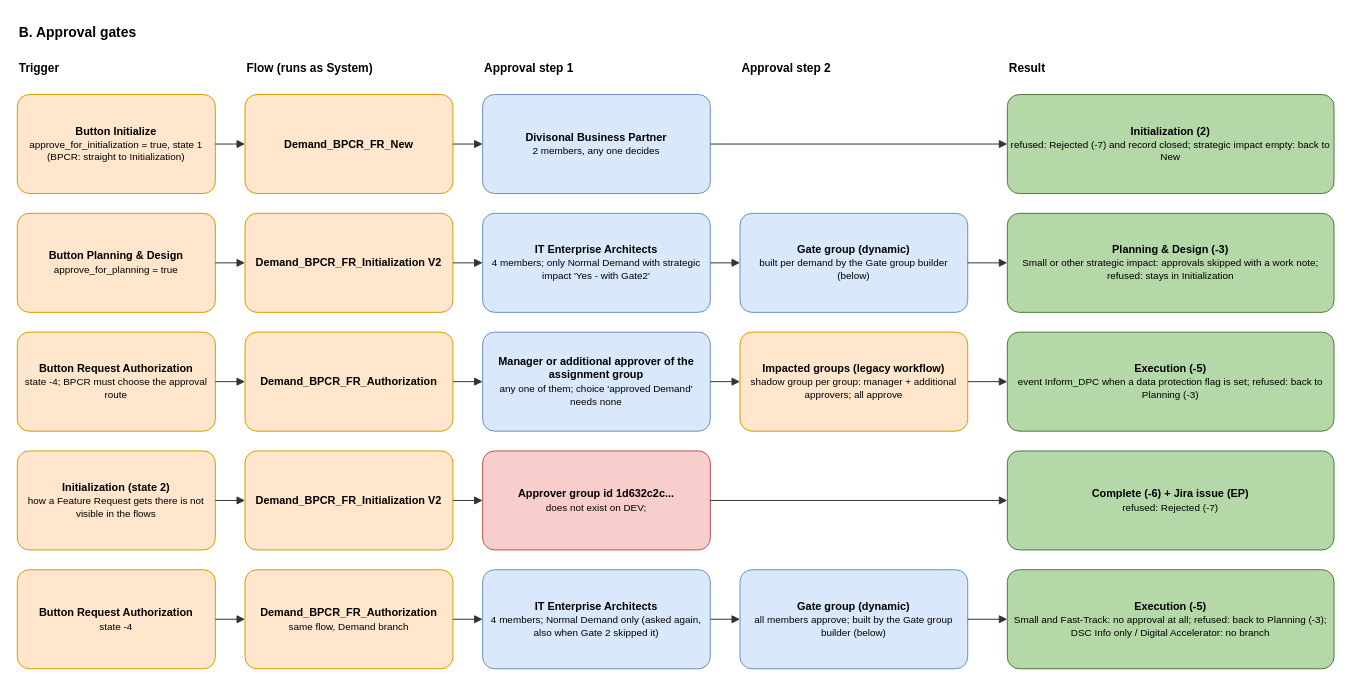
The draw.io diagram page "gates" (6 of 7) of SarDm.drawio in algimas/tmp, before the edit. Source tidied: cells renumbered, new cells numbered last; positions are measured from the earlier drawing's top-left corner, leaving out a move shared by most shapes. Both pictures are drawn from the tidied source at 99%, with x=0, y=0 at pixel (17, 17).
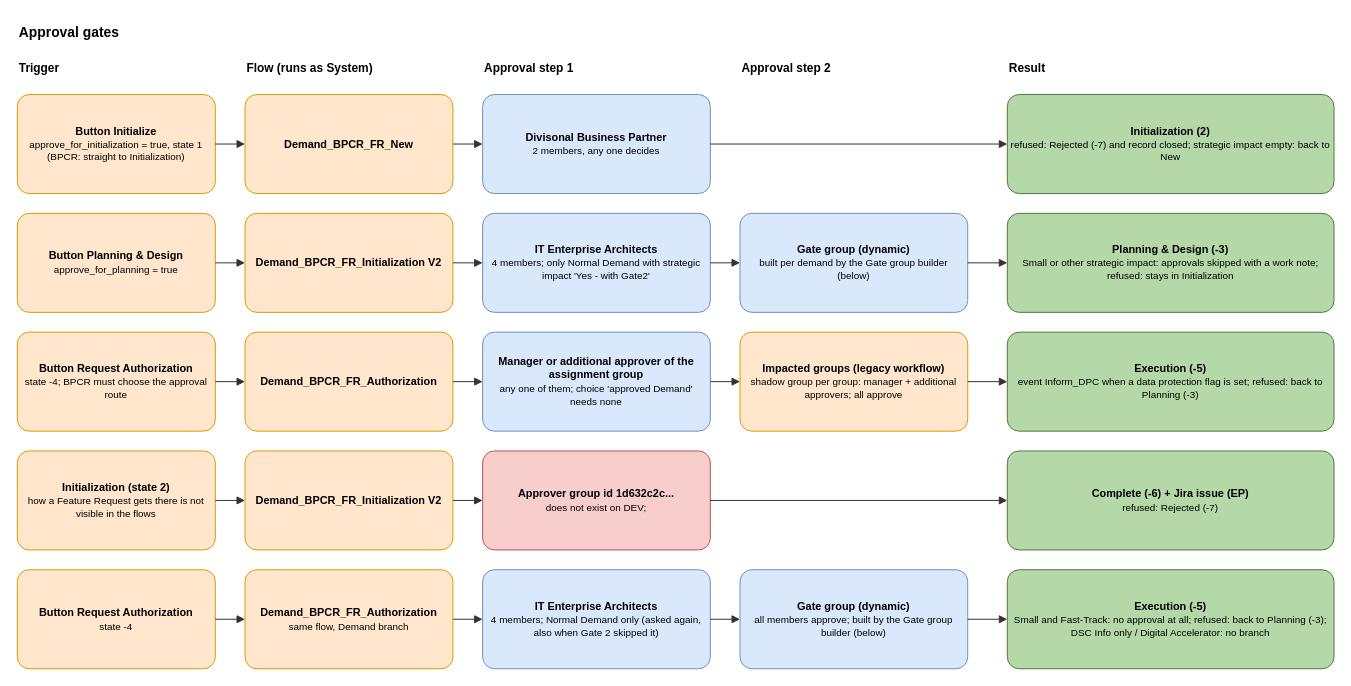
The same diagram, later.

Change to the diagram source:
```diff
@@
-    <mxCell id="2" value="&lt;b&gt;B. Approval gates&lt;/b&gt;" style="text;html=1;whiteSpace=wrap;align=left;verticalAlign=top;fontSize=14;" parent="1" vertex="1">
+    <mxCell id="2" value="&lt;b&gt;Approval gates&lt;/b&gt;" style="text;html=1;whiteSpace=wrap;align=left;verticalAlign=top;fontSize=14;" parent="1" vertex="1">
       <mxGeometry width="136" height="24" as="geometry" />
     </mxCell>
```
